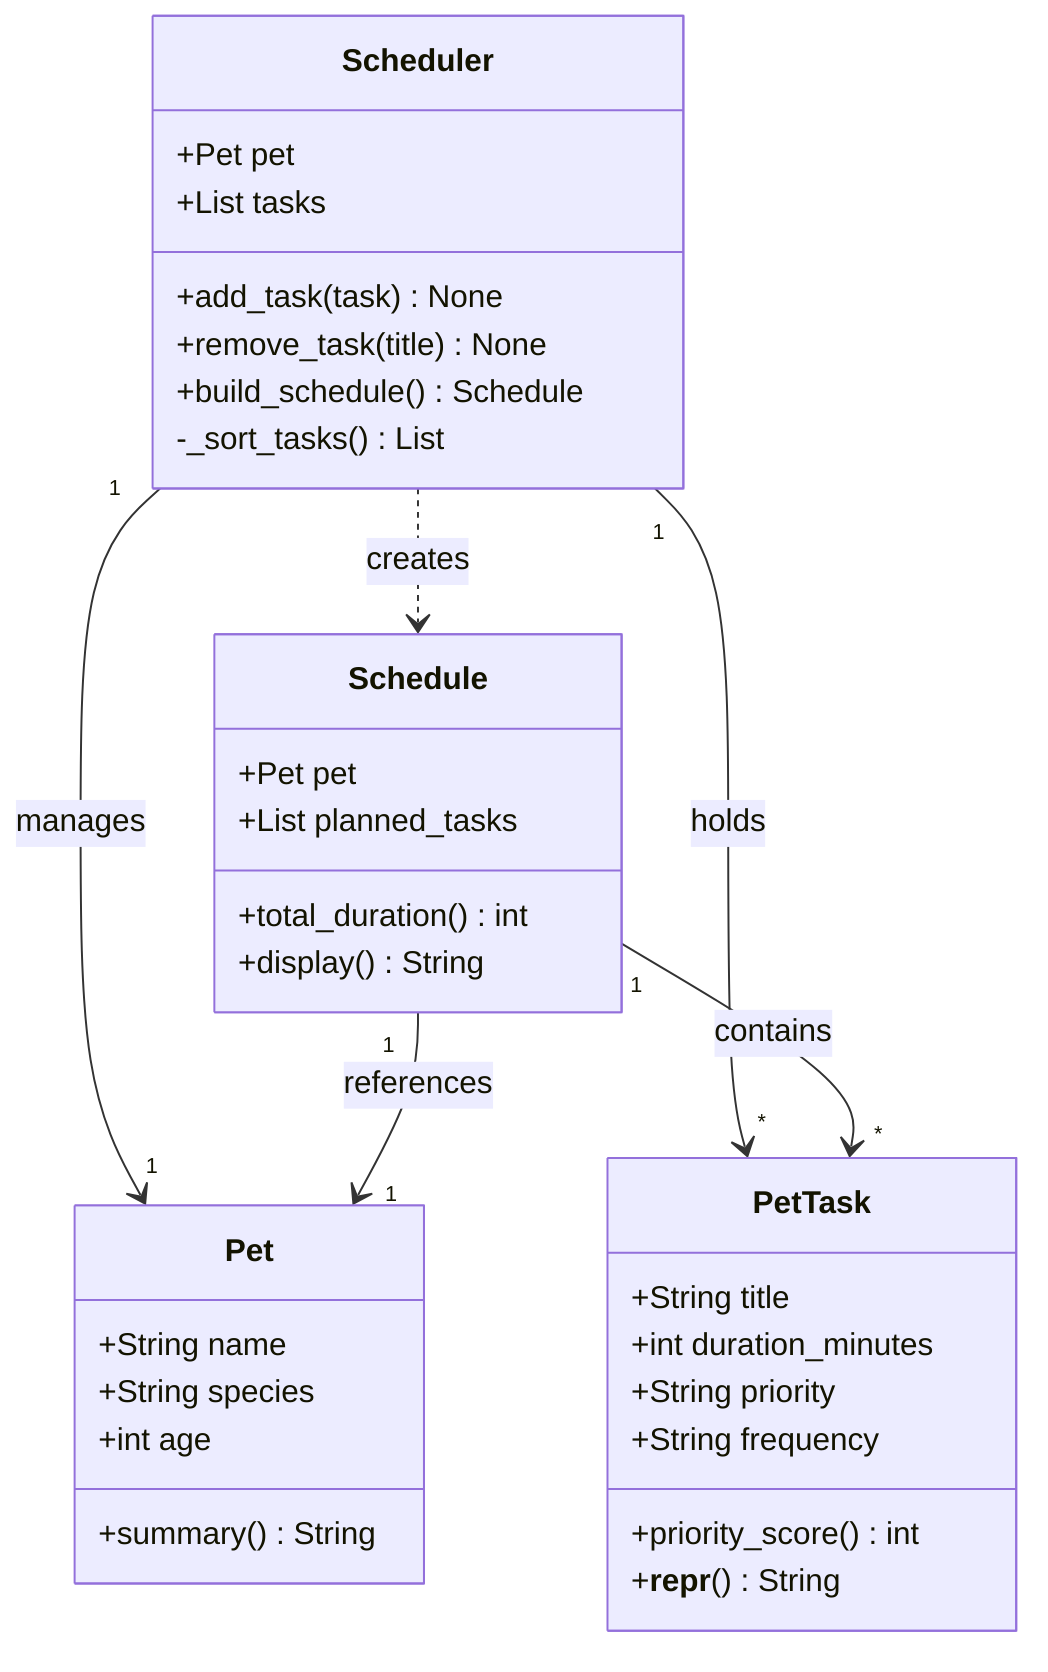
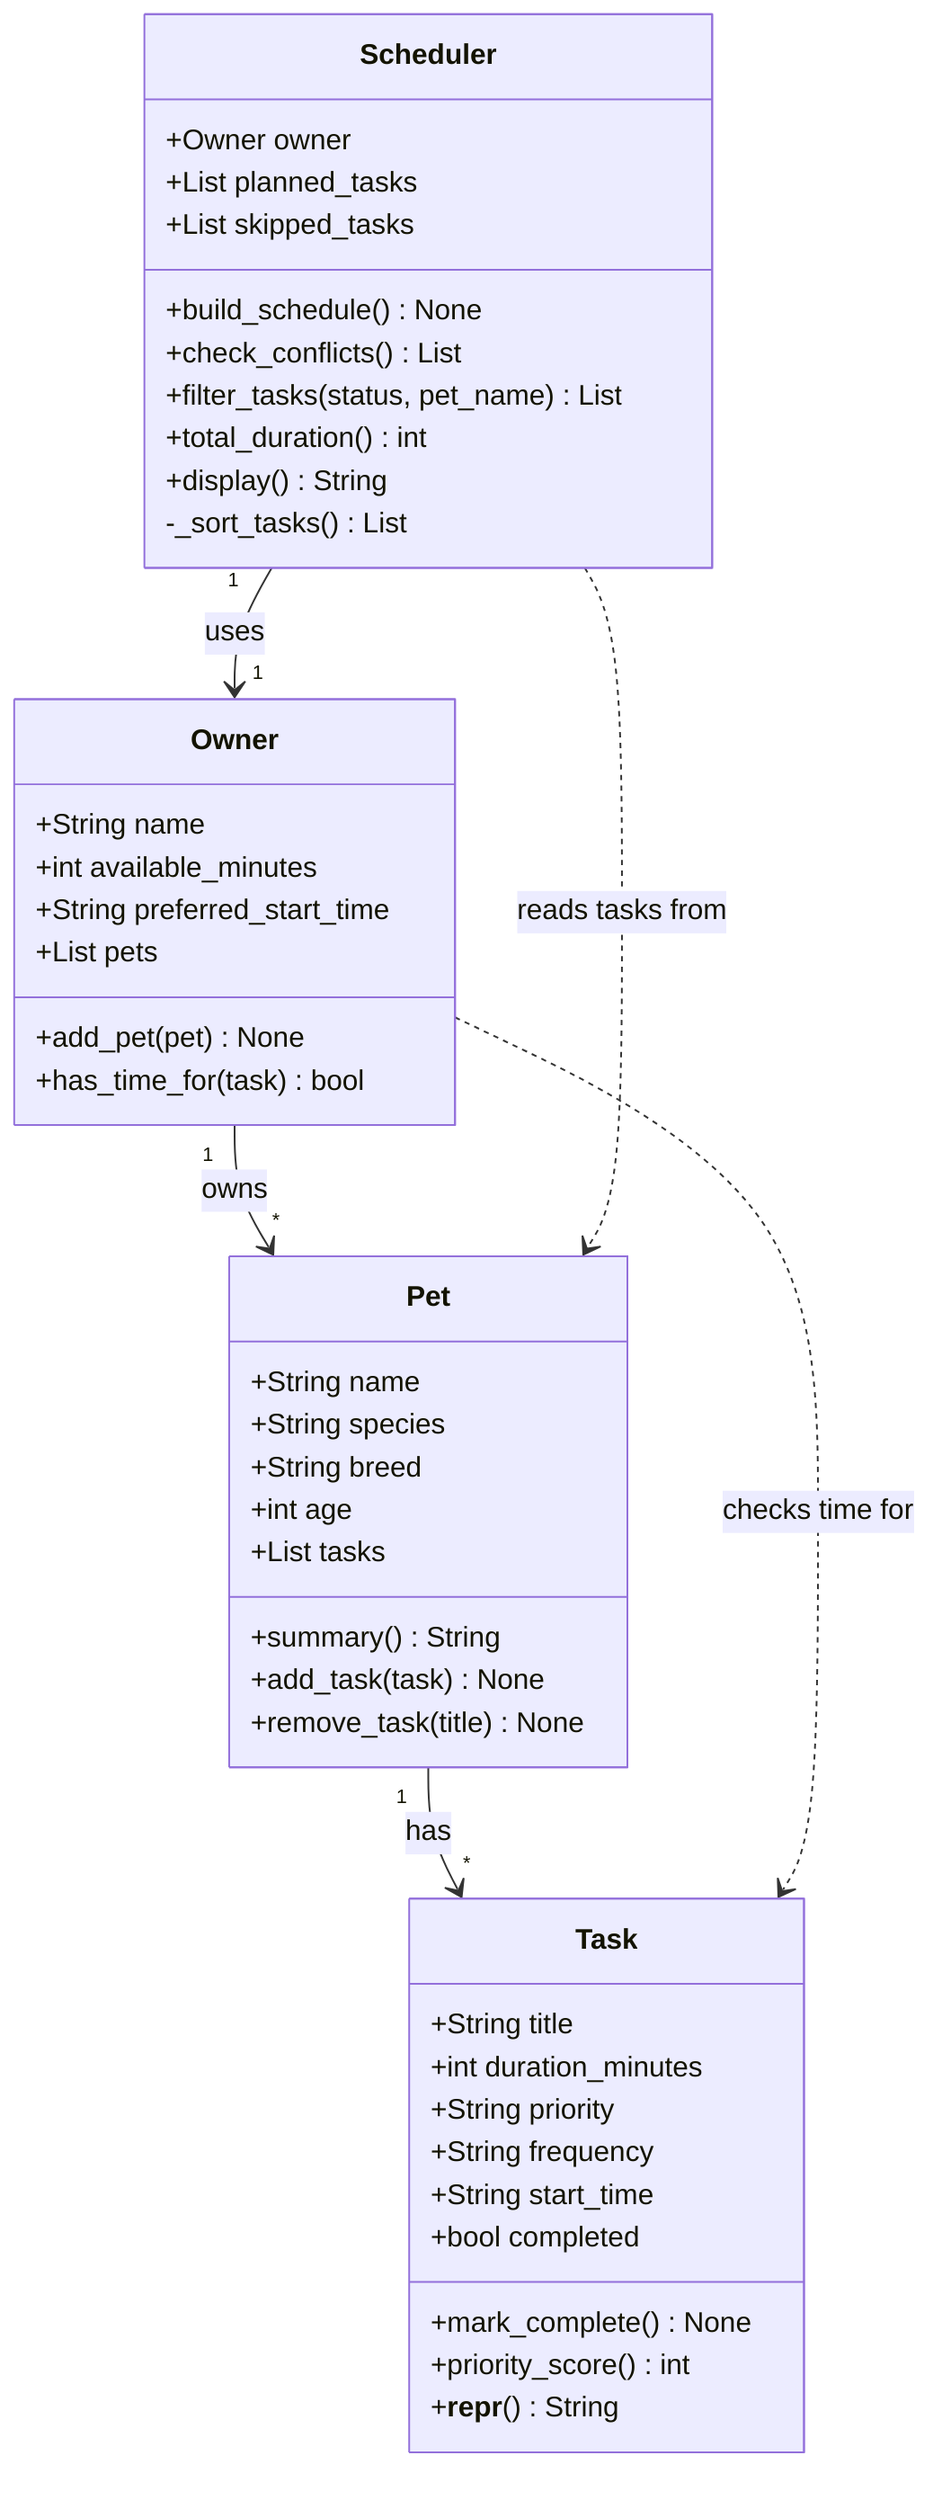
classDiagram
-     class PetTask {
+     class Task {
        +String title
        +int duration_minutes
        +String priority
        +String frequency
+         +String start_time
+         +bool completed
+         +mark_complete() None
        +priority_score() int
        +__repr__() String
    }

    class Pet {
        +String name
        +String species
+         +String breed
        +int age
+         +List tasks
        +summary() String
+         +add_task(task) None
+         +remove_task(title) None
    }

-     class Schedule {
-         +Pet pet
-         +List planned_tasks
-         +total_duration() int
-         +display() String
+     class Owner {
+         +String name
+         +int available_minutes
+         +String preferred_start_time
+         +List pets
+         +add_pet(pet) None
+         +has_time_for(task) bool
    }

    class Scheduler {
-         +Pet pet
-         +List tasks
-         +add_task(task) None
-         +remove_task(title) None
-         +build_schedule() Schedule
+         +Owner owner
+         +List planned_tasks
+         +List skipped_tasks
+         +build_schedule() None
+         +check_conflicts() List
+         +filter_tasks(status, pet_name) List
+         +total_duration() int
+         +display() String
        -_sort_tasks() List
    }

-     Scheduler "1" --> "1" Pet : manages
-     Scheduler "1" --> "*" PetTask : holds
-     Scheduler ..> Schedule : creates
-     Schedule "1" --> "1" Pet : references
-     Schedule "1" --> "*" PetTask : contains
+     Owner "1" --> "*" Pet : owns
+     Pet "1" --> "*" Task : has
+     Scheduler "1" --> "1" Owner : uses
+     Owner ..> Task : checks time for
+     Scheduler ..> Pet : reads tasks from
